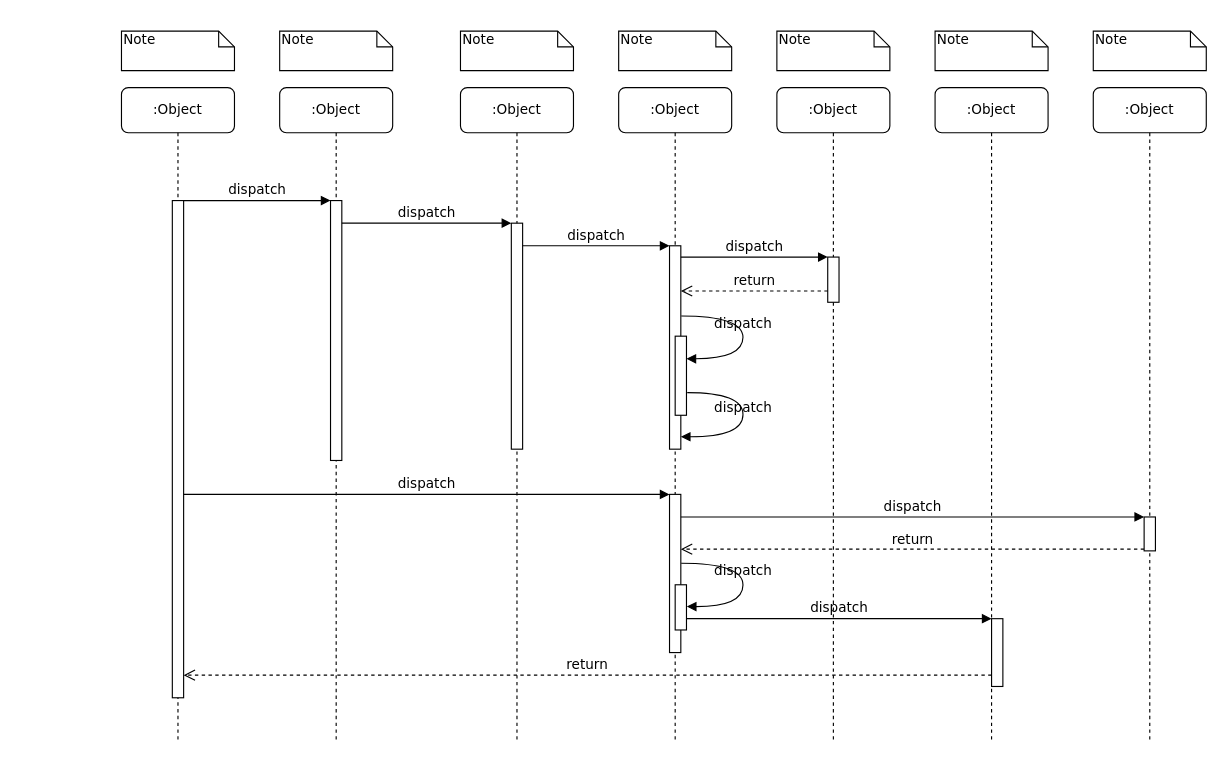
The draw.io diagram diagrams/metacall sequence 01.drawio in DBJDBJ/metacall, before the edit. Source tidied: cells renumbered, new cells numbered last; positions are measured from the earlier drawing's top-left corner, leaving out a move shared by most shapes. Both pictures are drawn from the tidied source at 113%, with x=0, y=0 at pixel (121, 31).
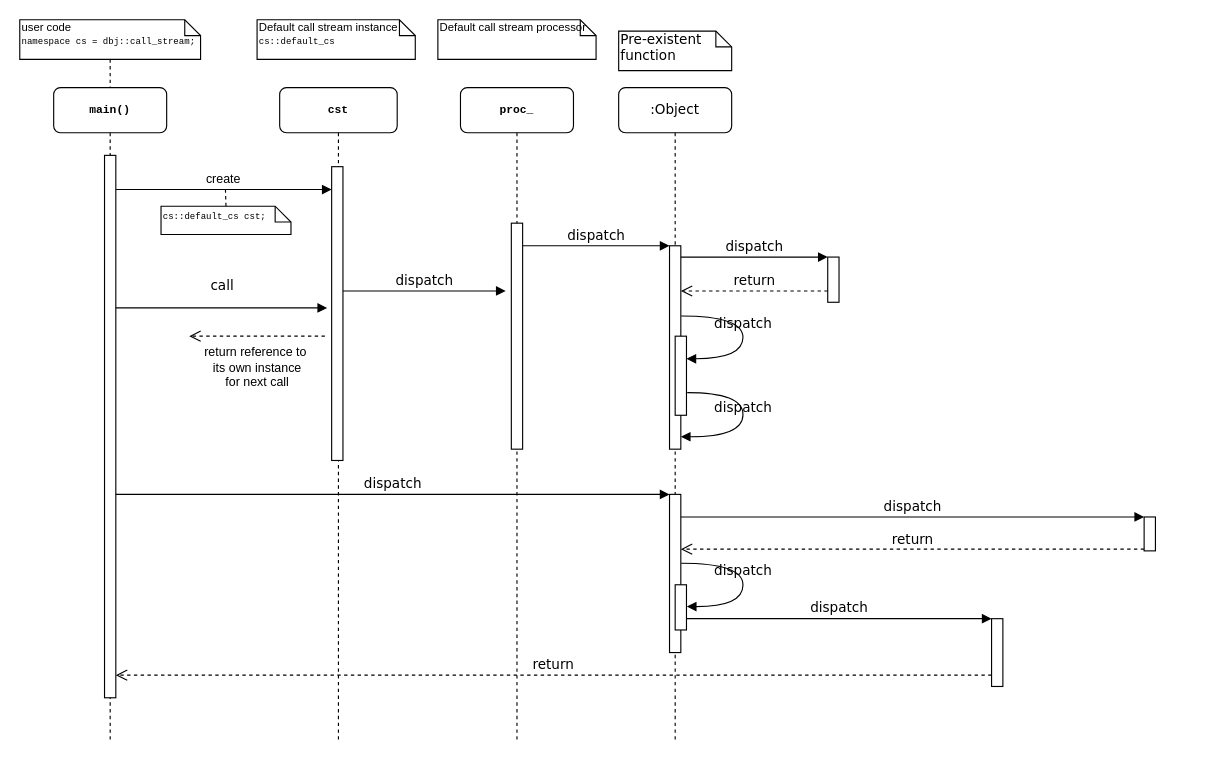
Above is the later version.

The change refers to these unchanged cells:
```xml
<mxCell id="5" style="html=1;points=[];perimeter=orthogonalPerimeter;rounded=0;shadow=0;comic=0;labelBackgroundColor=none;strokeColor=#000000;strokeWidth=1;fillColor=#FFFFFF;fontFamily=Verdana;fontSize=12;fontColor=#000000;align=center;" parent="4" vertex="1">
  <mxGeometry x="45" y="120" width="10" height="200" as="geometry" />
</mxCell>
```

Change to the diagram source:
```diff
@@
-    <mxCell id="2" value=":Object" style="shape=umlLifeline;perimeter=lifelinePerimeter;whiteSpace=wrap;html=1;rounded=1;shadow=0;comic=0;labelBackgroundColor=none;strokeColor=#000000;strokeWidth=1;fillColor=#FFFFFF;fontFamily=Verdana;fontSize=12;fontColor=#000000;align=center;" parent="1" vertex="1">
-      <mxGeometry x="140" y="50" width="100" height="580" as="geometry" />
+    <mxCell id="2" value="&lt;font style=&quot;font-size: 10px&quot;&gt;cst&lt;/font&gt;" style="shape=umlLifeline;perimeter=lifelinePerimeter;whiteSpace=wrap;html=1;rounded=1;shadow=0;comic=0;labelBackgroundColor=none;strokeColor=#000000;strokeWidth=1;fillColor=#FFFFFF;fontFamily=Courier New;fontSize=12;fontColor=#000000;align=center;fontStyle=1;" parent="1" vertex="1">
+      <mxGeometry x="140" y="50" width="104" height="580" as="geometry" />
     </mxCell>
     <mxCell id="3" style="html=1;points=[];perimeter=orthogonalPerimeter;rounded=0;shadow=0;comic=0;labelBackgroundColor=none;strokeColor=#000000;strokeWidth=1;fillColor=#FFFFFF;fontFamily=Verdana;fontSize=12;fontColor=#000000;align=center;" parent="2" vertex="1">
-      <mxGeometry x="45" y="100" width="10" height="230" as="geometry" />
+      <mxGeometry x="46" y="70" width="10" height="260" as="geometry" />
     </mxCell>
-    <mxCell id="4" value=":Object" style="shape=umlLifeline;perimeter=lifelinePerimeter;whiteSpace=wrap;html=1;rounded=1;shadow=0;comic=0;labelBackgroundColor=none;strokeColor=#000000;strokeWidth=1;fillColor=#FFFFFF;fontFamily=Verdana;fontSize=12;fontColor=#000000;align=center;" parent="1" vertex="1">
+    <mxCell id="4" value="&lt;font style=&quot;font-size: 10px&quot;&gt;proc_&lt;/font&gt;" style="shape=umlLifeline;perimeter=lifelinePerimeter;whiteSpace=wrap;html=1;rounded=1;shadow=0;comic=0;labelBackgroundColor=none;strokeColor=#000000;strokeWidth=1;fillColor=#FFFFFF;fontFamily=Courier New;fontSize=12;fontColor=#000000;align=center;fontStyle=1;" parent="1" vertex="1">
       <mxGeometry x="300" y="50" width="100" height="580" as="geometry" />
     </mxCell>
@@
-    <mxCell id="7" value=":Object" style="shape=umlLifeline;perimeter=lifelinePerimeter;whiteSpace=wrap;html=1;rounded=1;shadow=0;comic=0;labelBackgroundColor=none;strokeColor=#000000;strokeWidth=1;fillColor=#FFFFFF;fontFamily=Verdana;fontSize=12;fontColor=#000000;align=center;" parent="1" vertex="1">
-      <mxGeometry x="580" y="50" width="100" height="580" as="geometry" />
-    </mxCell>
-    <mxCell id="8" value=":Object" style="shape=umlLifeline;perimeter=lifelinePerimeter;whiteSpace=wrap;html=1;rounded=1;shadow=0;comic=0;labelBackgroundColor=none;strokeColor=#000000;strokeWidth=1;fillColor=#FFFFFF;fontFamily=Verdana;fontSize=12;fontColor=#000000;align=center;" parent="1" vertex="1">
-      <mxGeometry x="720" y="50" width="100" height="580" as="geometry" />
-    </mxCell>
-    <mxCell id="9" value=":Object" style="shape=umlLifeline;perimeter=lifelinePerimeter;whiteSpace=wrap;html=1;rounded=1;shadow=0;comic=0;labelBackgroundColor=none;strokeColor=#000000;strokeWidth=1;fillColor=#FFFFFF;fontFamily=Verdana;fontSize=12;fontColor=#000000;align=center;" parent="1" vertex="1">
-      <mxGeometry x="860" y="50" width="100" height="580" as="geometry" />
-    </mxCell>
-    <mxCell id="10" value=":Object" style="shape=umlLifeline;perimeter=lifelinePerimeter;whiteSpace=wrap;html=1;outlineConnect=0;rounded=1;shadow=0;comic=0;labelBackgroundColor=none;strokeColor=#000000;strokeWidth=1;fillColor=#FFFFFF;fontFamily=Verdana;fontSize=12;fontColor=#000000;align=center;" parent="1" vertex="1">
-      <mxGeometry y="50" width="100" height="580" as="geometry" />
+    <mxCell id="10" value="main()" style="shape=umlLifeline;perimeter=lifelinePerimeter;whiteSpace=wrap;html=1;outlineConnect=0;rounded=1;shadow=0;comic=0;labelBackgroundColor=none;strokeColor=#000000;strokeWidth=1;fillColor=#FFFFFF;fontFamily=Courier New;fontSize=10;fontColor=#000000;align=center;fontStyle=1;" parent="1" vertex="1">
+      <mxGeometry x="-60" y="50" width="100" height="580" as="geometry" />
     </mxCell>
     <mxCell id="11" style="html=1;points=[];perimeter=orthogonalPerimeter;rounded=0;shadow=0;comic=0;labelBackgroundColor=none;strokeColor=#000000;strokeWidth=1;fillColor=#FFFFFF;fontFamily=Verdana;fontSize=12;fontColor=#000000;align=center;" parent="10" vertex="1">
-      <mxGeometry x="45" y="100" width="10" height="440" as="geometry" />
+      <mxGeometry x="45" y="60" width="10" height="480" as="geometry" />
     </mxCell>
+    <mxCell id="39" style="edgeStyle=none;rounded=0;jettySize=auto;html=1;entryX=0.46;entryY=-0.002;entryDx=0;entryDy=0;entryPerimeter=0;dashed=1;endArrow=none;endFill=0;fontFamily=Helvetica;fontSize=10;" parent="10" edge="1" source="10" target="11">
+      <mxGeometry relative="1" as="geometry" />
+    </mxCell>
@@
-    <mxCell id="25" value="dispatch" style="html=1;verticalAlign=bottom;endArrow=block;entryX=0;entryY=0;labelBackgroundColor=none;fontFamily=Verdana;fontSize=12;edgeStyle=elbowEdgeStyle;elbow=vertical;" parent="1" edge="1" source="11" target="3">
-      <mxGeometry relative="1" as="geometry" />
+    <mxCell id="25" value="call" style="html=1;verticalAlign=bottom;endArrow=block;labelBackgroundColor=none;fontFamily=Verdana;fontSize=12;edgeStyle=elbowEdgeStyle;elbow=vertical;" parent="1" edge="1" source="11">
+      <mxGeometry y="10" relative="1" as="geometry">
+        <mxPoint x="182" y="245" as="targetPoint" />
+      </mxGeometry>
     </mxCell>
-    <mxCell id="26" value="dispatch" style="html=1;verticalAlign=bottom;endArrow=block;entryX=0;entryY=0;labelBackgroundColor=none;fontFamily=Verdana;fontSize=12;edgeStyle=elbowEdgeStyle;elbow=vertical;" parent="1" edge="1" source="3" target="5">
-      <mxGeometry relative="1" as="geometry" />
+    <mxCell id="26" value="dispatch" style="html=1;verticalAlign=bottom;endArrow=block;labelBackgroundColor=none;fontFamily=Verdana;fontSize=12;edgeStyle=elbowEdgeStyle;elbow=vertical;" parent="1" edge="1" source="3">
+      <mxGeometry relative="1" as="geometry">
+        <mxPoint x="340" y="230" as="targetPoint" />
+      </mxGeometry>
     </mxCell>
@@
+    <mxCell id="40" style="edgeStyle=none;rounded=0;jettySize=auto;html=1;dashed=1;endArrow=none;endFill=0;fontFamily=Helvetica;fontSize=10;" parent="1" edge="1" source="32">
+      <mxGeometry relative="1" as="geometry">
+        <mxPoint x="-10" y="50" as="targetPoint" />
+      </mxGeometry>
+    </mxCell>
-    <mxCell id="32" value="Note" style="shape=note;whiteSpace=wrap;html=1;size=14;verticalAlign=top;align=left;spacingTop=-6;rounded=0;shadow=0;comic=0;labelBackgroundColor=none;strokeColor=#000000;strokeWidth=1;fillColor=#FFFFFF;fontFamily=Verdana;fontSize=12;fontColor=#000000;" parent="1" vertex="1">
-      <mxGeometry width="100" height="35" as="geometry" />
+    <mxCell id="32" value="user code&lt;br&gt;&lt;span&gt;&lt;font face=&quot;Courier New&quot; style=&quot;font-size: 8px&quot;&gt;namespace cs = dbj::call_stream;&lt;/font&gt;&lt;/span&gt;&lt;br&gt;" style="shape=note;whiteSpace=wrap;html=1;size=14;verticalAlign=top;align=left;spacingTop=-6;rounded=0;shadow=0;comic=0;labelBackgroundColor=none;strokeColor=#000000;strokeWidth=1;fillColor=#FFFFFF;fontFamily=Helvetica;fontSize=10;fontColor=#000000;" parent="1" vertex="1">
+      <mxGeometry x="-90" y="-10" width="160" height="35" as="geometry" />
     </mxCell>
-    <mxCell id="33" value="Note" style="shape=note;whiteSpace=wrap;html=1;size=14;verticalAlign=top;align=left;spacingTop=-6;rounded=0;shadow=0;comic=0;labelBackgroundColor=none;strokeColor=#000000;strokeWidth=1;fillColor=#FFFFFF;fontFamily=Verdana;fontSize=12;fontColor=#000000;" parent="1" vertex="1">
-      <mxGeometry x="140" width="100" height="35" as="geometry" />
+    <mxCell id="33" value="Default call stream instance&lt;br&gt;&lt;font face=&quot;Courier New&quot; style=&quot;font-size: 8px&quot;&gt;cs::default_cs&lt;/font&gt;&lt;br&gt;" style="shape=note;whiteSpace=wrap;html=1;size=14;verticalAlign=top;align=left;spacingTop=-6;rounded=0;shadow=0;comic=0;labelBackgroundColor=none;strokeColor=#000000;strokeWidth=1;fillColor=#FFFFFF;fontFamily=Helvetica;fontSize=10;fontColor=#000000;" parent="1" vertex="1">
+      <mxGeometry x="120" y="-10" width="140" height="35" as="geometry" />
     </mxCell>
-    <mxCell id="34" value="Note" style="shape=note;whiteSpace=wrap;html=1;size=14;verticalAlign=top;align=left;spacingTop=-6;rounded=0;shadow=0;comic=0;labelBackgroundColor=none;strokeColor=#000000;strokeWidth=1;fillColor=#FFFFFF;fontFamily=Verdana;fontSize=12;fontColor=#000000;" parent="1" vertex="1">
-      <mxGeometry x="300" width="100" height="35" as="geometry" />
+    <mxCell id="34" value="Default call stream processor" style="shape=note;whiteSpace=wrap;html=1;size=14;verticalAlign=top;align=left;spacingTop=-6;rounded=0;shadow=0;comic=0;labelBackgroundColor=none;strokeColor=#000000;strokeWidth=1;fillColor=#FFFFFF;fontFamily=Helvetica;fontSize=10;fontColor=#000000;" parent="1" vertex="1">
+      <mxGeometry x="280" y="-10" width="140" height="35" as="geometry" />
     </mxCell>
-    <mxCell id="35" value="Note" style="shape=note;whiteSpace=wrap;html=1;size=14;verticalAlign=top;align=left;spacingTop=-6;rounded=0;shadow=0;comic=0;labelBackgroundColor=none;strokeColor=#000000;strokeWidth=1;fillColor=#FFFFFF;fontFamily=Verdana;fontSize=12;fontColor=#000000;" parent="1" vertex="1">
+    <mxCell id="35" value="Pre-existent function" style="shape=note;whiteSpace=wrap;html=1;size=14;verticalAlign=top;align=left;spacingTop=-6;rounded=0;shadow=0;comic=0;labelBackgroundColor=none;strokeColor=#000000;strokeWidth=1;fillColor=#FFFFFF;fontFamily=Verdana;fontSize=12;fontColor=#000000;" parent="1" vertex="1">
       <mxGeometry x="440" width="100" height="35" as="geometry" />
     </mxCell>
-    <mxCell id="36" value="Note" style="shape=note;whiteSpace=wrap;html=1;size=14;verticalAlign=top;align=left;spacingTop=-6;rounded=0;shadow=0;comic=0;labelBackgroundColor=none;strokeColor=#000000;strokeWidth=1;fillColor=#FFFFFF;fontFamily=Verdana;fontSize=12;fontColor=#000000;" parent="1" vertex="1">
-      <mxGeometry x="580" width="100" height="35" as="geometry" />
-    </mxCell>
-    <mxCell id="37" value="Note" style="shape=note;whiteSpace=wrap;html=1;size=14;verticalAlign=top;align=left;spacingTop=-6;rounded=0;shadow=0;comic=0;labelBackgroundColor=none;strokeColor=#000000;strokeWidth=1;fillColor=#FFFFFF;fontFamily=Verdana;fontSize=12;fontColor=#000000;" parent="1" vertex="1">
-      <mxGeometry x="720" width="100" height="35" as="geometry" />
-    </mxCell>
-    <mxCell id="38" value="Note" style="shape=note;whiteSpace=wrap;html=1;size=14;verticalAlign=top;align=left;spacingTop=-6;rounded=0;shadow=0;comic=0;labelBackgroundColor=none;strokeColor=#000000;strokeWidth=1;fillColor=#FFFFFF;fontFamily=Verdana;fontSize=12;fontColor=#000000;" parent="1" vertex="1">
-      <mxGeometry x="860" width="100" height="35" as="geometry" />
-    </mxCell>
+    <mxCell id="41" value="return reference to&amp;nbsp;&lt;br&gt;its own instance&lt;br&gt;for next call&lt;br&gt;" style="html=1;verticalAlign=bottom;endArrow=open;dashed=1;endSize=8;" parent="1" edge="1">
+      <mxGeometry y="50" relative="1" as="geometry">
+        <mxPoint x="180" y="270" as="sourcePoint" />
+        <mxPoint x="60" y="270" as="targetPoint" />
+      </mxGeometry>
+    </mxCell>
+    <mxCell id="42" value="create&lt;br&gt;" style="html=1;verticalAlign=bottom;endArrow=block;exitX=1.02;exitY=0.063;exitDx=0;exitDy=0;exitPerimeter=0;" parent="1" edge="1" source="11" target="3">
+      <mxGeometry relative="1" as="geometry" />
+    </mxCell>
+    <mxCell id="43" style="edgeStyle=none;rounded=0;jettySize=auto;html=1;exitX=0.5;exitY=0;exitDx=0;exitDy=0;exitPerimeter=0;endArrow=none;endFill=0;dashed=1;" parent="1" edge="1" source="44">
+      <mxGeometry relative="1" as="geometry">
+        <mxPoint x="92" y="140" as="targetPoint" />
+      </mxGeometry>
+    </mxCell>
+    <mxCell id="44" value="&lt;font style=&quot;font-size: 8px&quot; face=&quot;Courier New&quot;&gt;cs::default_cs cst;&lt;/font&gt;&lt;br&gt;" style="shape=note;whiteSpace=wrap;html=1;size=14;verticalAlign=top;align=left;spacingTop=-6;" parent="1" vertex="1">
+      <mxGeometry x="35" y="155" width="115" height="25" as="geometry" />
+    </mxCell>
```
